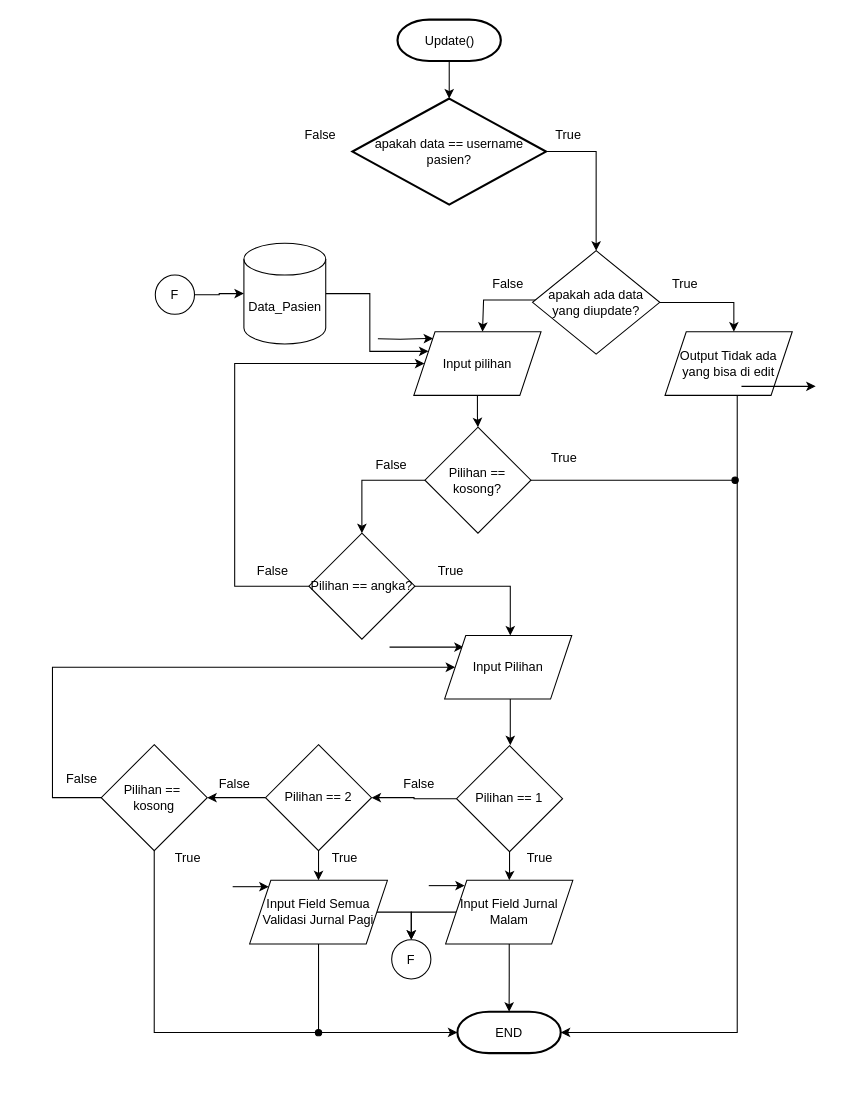
mouriiuu/pa-aplikasi-sleep-monitoring keeps this draw.io diagram as page "update-pasien" (7 of 16) of flowchart/semuanyadrawio.drawio. Above is the earlier version. Source tidied: cells renumbered, new cells numbered last; positions are measured from the earlier drawing's top-left corner, leaving out a move shared by most shapes. Both pictures are drawn from the tidied source at 106%, with x=0, y=0 at pixel (50, 19).
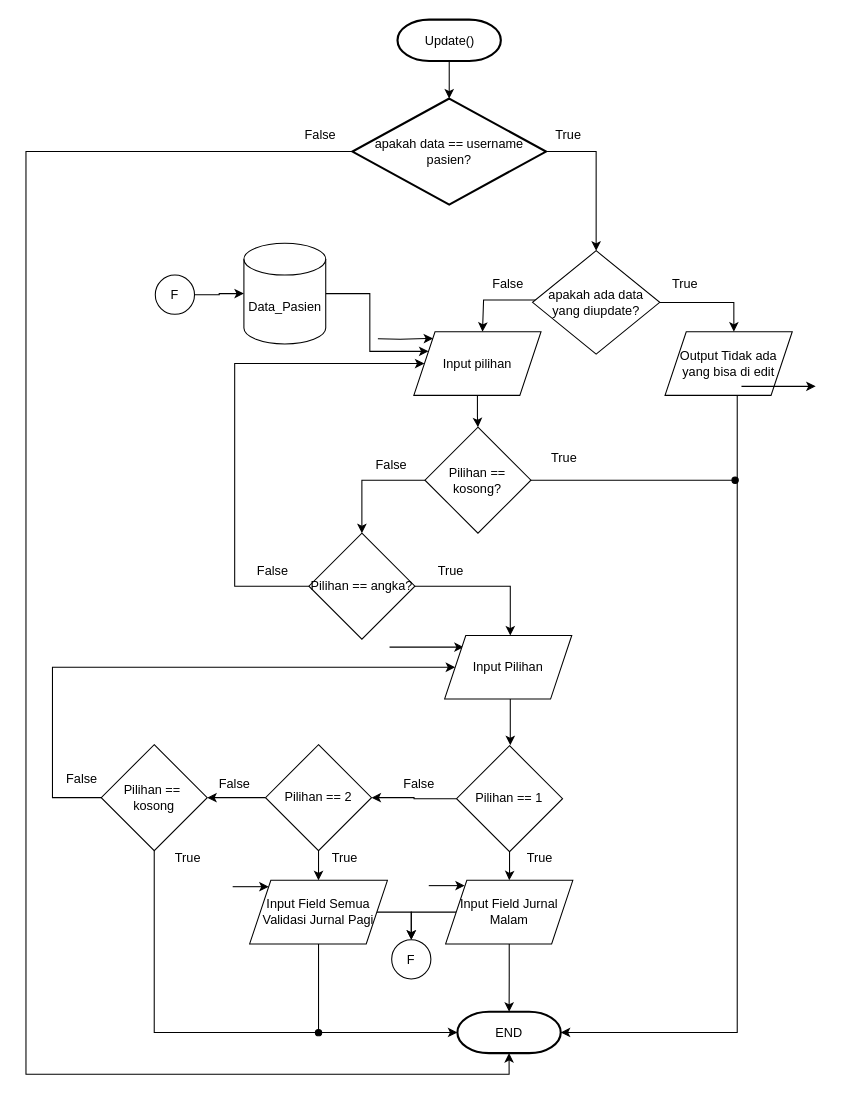
Above is the later version.

Unchanged cells that the change refers to:
```xml
<mxCell id="23" value="END" style="strokeWidth=2;html=1;shape=mxgraph.flowchart.terminator;whiteSpace=wrap;" parent="1" vertex="1">
  <mxGeometry x="384" y="936" width="97.5" height="39" as="geometry" />
</mxCell>
<mxCell id="24" value="apakah data == username pasien?" style="strokeWidth=2;html=1;shape=mxgraph.flowchart.decision;whiteSpace=wrap;" parent="1" vertex="1">
  <mxGeometry x="285" y="74.5" width="182.6" height="100" as="geometry" />
</mxCell>
```

The edit, as a diff of the source:
```diff
@@
+    <mxCell id="61" style="edgeStyle=orthogonalEdgeStyle;rounded=0;jettySize=auto;html=1;entryX=0.5;entryY=1;entryDx=0;entryDy=0;entryPerimeter=0;" parent="1" edge="1" source="24" target="23">
+      <mxGeometry relative="1" as="geometry">
+        <Array as="points">
+          <mxPoint x="-23" y="125" />
+          <mxPoint x="-23" y="995" />
+          <mxPoint x="433" y="995" />
+        </Array>
+      </mxGeometry>
+    </mxCell>
```
